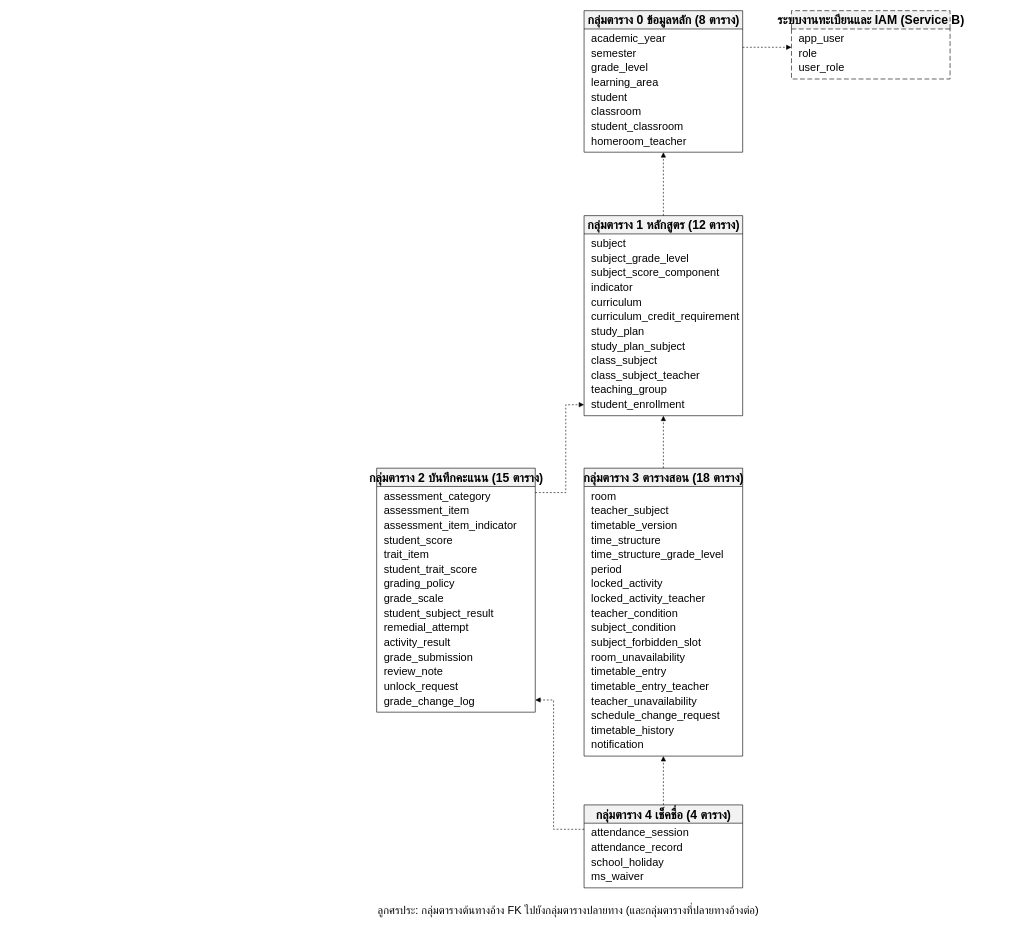
Before: docs/database/er/er-overview.drawio in polymercatzz/Academic, a draw.io diagram. Source tidied: cells renumbered, new cells numbered last; positions are measured from the earlier drawing's top-left corner, leaving out a move shared by most shapes. Both pictures are drawn from the tidied source at 61%, with x=0, y=0 at pixel (376, 10).
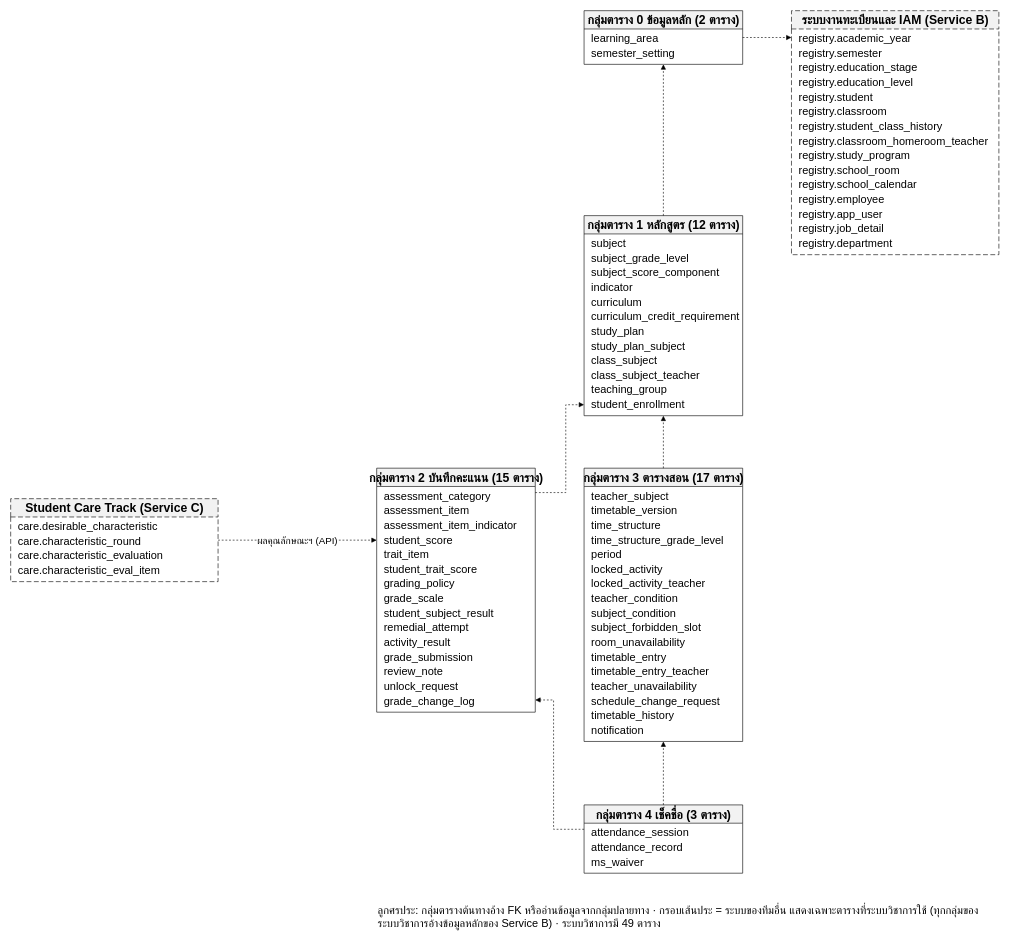
The same diagram, later.

The change refers to these unchanged cells:
```xml
<mxCell id="11" value="กลุ่มตาราง 1 หลักสูตร (12 ตาราง)" style="swimlane;startSize=30;html=1;fontFamily=TH SarabunPSK;fontSize=20;fontStyle=1;fillColor=#F2F2F2;strokeColor=#000000;swimlaneFillColor=#FFFFFF;" parent="1" vertex="1">
  <mxGeometry x="340" y="336" width="260" height="328" as="geometry" />
</mxCell>
<mxCell id="24" value="กลุ่มตาราง 2 บันทึกคะแนน (15 ตาราง)" style="swimlane;startSize=30;html=1;fontFamily=TH SarabunPSK;fontSize=20;fontStyle=1;fillColor=#F2F2F2;strokeColor=#000000;swimlaneFillColor=#FFFFFF;" parent="1" vertex="1">
  <mxGeometry y="750" width="260" height="400" as="geometry" />
</mxCell>
```

Diff of the diagram source:
```diff
@@
-    <mxCell id="2" value="กลุ่มตาราง 0 ข้อมูลหลัก (8 ตาราง)" style="swimlane;startSize=30;html=1;fontFamily=TH SarabunPSK;fontSize=20;fontStyle=1;fillColor=#F2F2F2;strokeColor=#000000;swimlaneFillColor=#FFFFFF;" parent="1" vertex="1">
-      <mxGeometry x="340" width="260" height="232" as="geometry" />
+    <mxCell id="2" value="กลุ่มตาราง 0 ข้อมูลหลัก (2 ตาราง)" style="swimlane;startSize=30;html=1;fontFamily=TH SarabunPSK;fontSize=20;fontStyle=1;fillColor=#F2F2F2;strokeColor=#000000;swimlaneFillColor=#FFFFFF;" parent="1" vertex="1">
+      <mxGeometry x="340" width="260" height="88" as="geometry" />
     </mxCell>
-    <mxCell id="3" value="academic_year" style="text;html=1;fontFamily=TH SarabunPSK;fontSize=18;align=left;spacingLeft=10;verticalAlign=middle;" parent="2" vertex="1">
-      <mxGeometry y="34" width="260" height="24" as="geometry" />
-    </mxCell>
-    <mxCell id="4" value="semester" style="text;html=1;fontFamily=TH SarabunPSK;fontSize=18;align=left;spacingLeft=10;verticalAlign=middle;" parent="2" vertex="1">
-      <mxGeometry y="58" width="260" height="24" as="geometry" />
-    </mxCell>
-    <mxCell id="5" value="grade_level" style="text;html=1;fontFamily=TH SarabunPSK;fontSize=18;align=left;spacingLeft=10;verticalAlign=middle;" parent="2" vertex="1">
-      <mxGeometry y="82" width="260" height="24" as="geometry" />
-    </mxCell>
-    <mxCell id="6" value="learning_area" style="text;html=1;fontFamily=TH SarabunPSK;fontSize=18;align=left;spacingLeft=10;verticalAlign=middle;" parent="2" vertex="1">
-      <mxGeometry y="106" width="260" height="24" as="geometry" />
-    </mxCell>
-    <mxCell id="7" value="student" style="text;html=1;fontFamily=TH SarabunPSK;fontSize=18;align=left;spacingLeft=10;verticalAlign=middle;" parent="2" vertex="1">
-      <mxGeometry y="130" width="260" height="24" as="geometry" />
-    </mxCell>
-    <mxCell id="8" value="classroom" style="text;html=1;fontFamily=TH SarabunPSK;fontSize=18;align=left;spacingLeft=10;verticalAlign=middle;" parent="2" vertex="1">
-      <mxGeometry y="154" width="260" height="24" as="geometry" />
-    </mxCell>
-    <mxCell id="9" value="student_classroom" style="text;html=1;fontFamily=TH SarabunPSK;fontSize=18;align=left;spacingLeft=10;verticalAlign=middle;" parent="2" vertex="1">
-      <mxGeometry y="178" width="260" height="24" as="geometry" />
-    </mxCell>
-    <mxCell id="10" value="homeroom_teacher" style="text;html=1;fontFamily=TH SarabunPSK;fontSize=18;align=left;spacingLeft=10;verticalAlign=middle;" parent="2" vertex="1">
-      <mxGeometry y="202" width="260" height="24" as="geometry" />
-    </mxCell>
@@
-    <mxCell id="40" value="กลุ่มตาราง 3 ตารางสอน (18 ตาราง)" style="swimlane;startSize=30;html=1;fontFamily=TH SarabunPSK;fontSize=20;fontStyle=1;fillColor=#F2F2F2;strokeColor=#000000;swimlaneFillColor=#FFFFFF;" parent="1" vertex="1">
-      <mxGeometry x="340" y="750" width="260" height="472" as="geometry" />
+    <mxCell id="40" value="กลุ่มตาราง 3 ตารางสอน (17 ตาราง)" style="swimlane;startSize=30;html=1;fontFamily=TH SarabunPSK;fontSize=20;fontStyle=1;fillColor=#F2F2F2;strokeColor=#000000;swimlaneFillColor=#FFFFFF;" parent="1" vertex="1">
+      <mxGeometry x="340" y="750" width="260" height="448" as="geometry" />
     </mxCell>
-    <mxCell id="41" value="room" style="text;html=1;fontFamily=TH SarabunPSK;fontSize=18;align=left;spacingLeft=10;verticalAlign=middle;" parent="40" vertex="1">
-      <mxGeometry y="34" width="260" height="24" as="geometry" />
-    </mxCell>
+    <mxCell id="59" value="กลุ่มตาราง 4 เช็คชื่อ (3 ตาราง)" style="swimlane;startSize=30;html=1;fontFamily=TH SarabunPSK;fontSize=20;fontStyle=1;fillColor=#F2F2F2;strokeColor=#000000;swimlaneFillColor=#FFFFFF;" parent="1" vertex="1">
+      <mxGeometry x="340" y="1302" width="260" height="112" as="geometry" />
+    </mxCell>
+    <mxCell id="64" style="endArrow=block;endFill=1;html=1;strokeColor=#000000;dashed=1;rounded=0;exitX=0.5;exitY=0;entryX=0.5;entryY=1;exitDx=0;exitDy=0;entryDx=0;entryDy=0;" parent="1" edge="1" source="59" target="40">
+      <mxGeometry relative="1" as="geometry" />
+    </mxCell>
+    <mxCell id="65" style="endArrow=block;endFill=1;html=1;strokeColor=#000000;dashed=1;rounded=0;exitX=0.5;exitY=0;entryX=0.5;entryY=1;exitDx=0;exitDy=0;entryDx=0;entryDy=0;" parent="1" edge="1" source="11" target="2">
+      <mxGeometry relative="1" as="geometry" />
+    </mxCell>
+    <mxCell id="66" style="endArrow=block;endFill=1;html=1;strokeColor=#000000;dashed=1;rounded=0;exitX=1;exitY=0.1;entryX=0;entryY=0.945122;exitDx=0;exitDy=0;entryDx=0;entryDy=0;" parent="1" edge="1" source="24" target="11">
+      <mxGeometry relative="1" as="geometry">
+        <Array as="points">
+          <mxPoint x="310" y="790" />
+          <mxPoint x="310" y="646" />
+        </Array>
+      </mxGeometry>
+    </mxCell>
+    <mxCell id="67" style="endArrow=block;endFill=1;html=1;strokeColor=#000000;dashed=1;rounded=0;exitX=0.5;exitY=0;entryX=0.5;entryY=1;exitDx=0;exitDy=0;entryDx=0;entryDy=0;" parent="1" edge="1" source="40" target="11">
+      <mxGeometry relative="1" as="geometry" />
+    </mxCell>
+    <mxCell id="68" style="endArrow=block;endFill=1;html=1;strokeColor=#000000;dashed=1;rounded=0;exitX=0;exitY=0.3571;entryX=1;entryY=0.95;exitDx=0;exitDy=0;entryDx=0;entryDy=0;" parent="1" edge="1" source="59" target="24">
+      <mxGeometry relative="1" as="geometry">
+        <Array as="points">
+          <mxPoint x="290" y="1342" />
+          <mxPoint x="290" y="1130" />
+        </Array>
+      </mxGeometry>
+    </mxCell>
+    <mxCell id="69" style="endArrow=block;endFill=1;html=1;strokeColor=#000000;dashed=1;rounded=0;exitX=1;exitY=0.5;entryX=0;entryY=0.11;exitDx=0;exitDy=0;entryDx=0;entryDy=0;" parent="1" edge="1" source="2" target="71">
+      <mxGeometry relative="1" as="geometry" />
+    </mxCell>
+    <mxCell id="70" value="ลูกศรประ: กลุ่มตารางต้นทางอ้าง FK หรืออ่านข้อมูลจากกลุ่มปลายทาง · กรอบเส้นประ = ระบบของทีมอื่น แสดงเฉพาะตารางที่ระบบวิชาการใช้ (ทุกกลุ่มของระบบวิชาการอ้างข้อมูลหลักของ Service B) · ระบบวิชาการมี 49 ตาราง" style="text;html=1;fontFamily=TH SarabunPSK;fontSize=18;align=left;whiteSpace=wrap;verticalAlign=top;" parent="1" vertex="1">
+      <mxGeometry y="1458" width="1000" height="60" as="geometry" />
+    </mxCell>
+    <mxCell id="71" value="ระบบงานทะเบียนและ IAM (Service B)" style="swimlane;startSize=30;html=1;fontFamily=TH SarabunPSK;fontSize=20;fontStyle=1;fillColor=#F2F2F2;strokeColor=#000000;swimlaneFillColor=#FFFFFF;dashed=1;dashPattern=8 4;" parent="1" vertex="1">
+      <mxGeometry x="680" width="340" height="400" as="geometry" />
+    </mxCell>
+    <mxCell id="6" value="learning_area" style="text;html=1;fontFamily=TH SarabunPSK;fontSize=18;align=left;spacingLeft=10;verticalAlign=middle;" parent="2" vertex="1">
+      <mxGeometry y="34" width="260" height="24" as="geometry" />
+    </mxCell>
+    <mxCell id="75" value="semester_setting" style="text;html=1;fontFamily=TH SarabunPSK;fontSize=18;align=left;spacingLeft=10;verticalAlign=middle;" parent="2" vertex="1">
+      <mxGeometry y="58" width="260" height="24" as="geometry" />
+    </mxCell>
     <mxCell id="42" value="teacher_subject" style="text;html=1;fontFamily=TH SarabunPSK;fontSize=18;align=left;spacingLeft=10;verticalAlign=middle;" parent="40" vertex="1">
-      <mxGeometry y="58" width="260" height="24" as="geometry" />
+      <mxGeometry y="34" width="260" height="24" as="geometry" />
     </mxCell>
     <mxCell id="43" value="timetable_version" style="text;html=1;fontFamily=TH SarabunPSK;fontSize=18;align=left;spacingLeft=10;verticalAlign=middle;" parent="40" vertex="1">
-      <mxGeometry y="82" width="260" height="24" as="geometry" />
+      <mxGeometry y="58" width="260" height="24" as="geometry" />
     </mxCell>
     <mxCell id="44" value="time_structure" style="text;html=1;fontFamily=TH SarabunPSK;fontSize=18;align=left;spacingLeft=10;verticalAlign=middle;" parent="40" vertex="1">
-      <mxGeometry y="106" width="260" height="24" as="geometry" />
+      <mxGeometry y="82" width="260" height="24" as="geometry" />
     </mxCell>
     <mxCell id="45" value="time_structure_grade_level" style="text;html=1;fontFamily=TH SarabunPSK;fontSize=18;align=left;spacingLeft=10;verticalAlign=middle;" parent="40" vertex="1">
-      <mxGeometry y="130" width="260" height="24" as="geometry" />
+      <mxGeometry y="106" width="260" height="24" as="geometry" />
     </mxCell>
     <mxCell id="46" value="period" style="text;html=1;fontFamily=TH SarabunPSK;fontSize=18;align=left;spacingLeft=10;verticalAlign=middle;" parent="40" vertex="1">
-      <mxGeometry y="154" width="260" height="24" as="geometry" />
+      <mxGeometry y="130" width="260" height="24" as="geometry" />
     </mxCell>
     <mxCell id="47" value="locked_activity" style="text;html=1;fontFamily=TH SarabunPSK;fontSize=18;align=left;spacingLeft=10;verticalAlign=middle;" parent="40" vertex="1">
-      <mxGeometry y="178" width="260" height="24" as="geometry" />
+      <mxGeometry y="154" width="260" height="24" as="geometry" />
     </mxCell>
     <mxCell id="48" value="locked_activity_teacher" style="text;html=1;fontFamily=TH SarabunPSK;fontSize=18;align=left;spacingLeft=10;verticalAlign=middle;" parent="40" vertex="1">
-      <mxGeometry y="202" width="260" height="24" as="geometry" />
+      <mxGeometry y="178" width="260" height="24" as="geometry" />
     </mxCell>
     <mxCell id="49" value="teacher_condition" style="text;html=1;fontFamily=TH SarabunPSK;fontSize=18;align=left;spacingLeft=10;verticalAlign=middle;" parent="40" vertex="1">
-      <mxGeometry y="226" width="260" height="24" as="geometry" />
+      <mxGeometry y="202" width="260" height="24" as="geometry" />
     </mxCell>
     <mxCell id="50" value="subject_condition" style="text;html=1;fontFamily=TH SarabunPSK;fontSize=18;align=left;spacingLeft=10;verticalAlign=middle;" parent="40" vertex="1">
-      <mxGeometry y="250" width="260" height="24" as="geometry" />
+      <mxGeometry y="226" width="260" height="24" as="geometry" />
     </mxCell>
     <mxCell id="51" value="subject_forbidden_slot" style="text;html=1;fontFamily=TH SarabunPSK;fontSize=18;align=left;spacingLeft=10;verticalAlign=middle;" parent="40" vertex="1">
-      <mxGeometry y="274" width="260" height="24" as="geometry" />
+      <mxGeometry y="250" width="260" height="24" as="geometry" />
     </mxCell>
     <mxCell id="52" value="room_unavailability" style="text;html=1;fontFamily=TH SarabunPSK;fontSize=18;align=left;spacingLeft=10;verticalAlign=middle;" parent="40" vertex="1">
-      <mxGeometry y="298" width="260" height="24" as="geometry" />
+      <mxGeometry y="274" width="260" height="24" as="geometry" />
     </mxCell>
     <mxCell id="53" value="timetable_entry" style="text;html=1;fontFamily=TH SarabunPSK;fontSize=18;align=left;spacingLeft=10;verticalAlign=middle;" parent="40" vertex="1">
-      <mxGeometry y="322" width="260" height="24" as="geometry" />
+      <mxGeometry y="298" width="260" height="24" as="geometry" />
     </mxCell>
     <mxCell id="54" value="timetable_entry_teacher" style="text;html=1;fontFamily=TH SarabunPSK;fontSize=18;align=left;spacingLeft=10;verticalAlign=middle;" parent="40" vertex="1">
-      <mxGeometry y="346" width="260" height="24" as="geometry" />
+      <mxGeometry y="322" width="260" height="24" as="geometry" />
     </mxCell>
     <mxCell id="55" value="teacher_unavailability" style="text;html=1;fontFamily=TH SarabunPSK;fontSize=18;align=left;spacingLeft=10;verticalAlign=middle;" parent="40" vertex="1">
-      <mxGeometry y="370" width="260" height="24" as="geometry" />
+      <mxGeometry y="346" width="260" height="24" as="geometry" />
     </mxCell>
     <mxCell id="56" value="schedule_change_request" style="text;html=1;fontFamily=TH SarabunPSK;fontSize=18;align=left;spacingLeft=10;verticalAlign=middle;" parent="40" vertex="1">
-      <mxGeometry y="394" width="260" height="24" as="geometry" />
+      <mxGeometry y="370" width="260" height="24" as="geometry" />
     </mxCell>
     <mxCell id="57" value="timetable_history" style="text;html=1;fontFamily=TH SarabunPSK;fontSize=18;align=left;spacingLeft=10;verticalAlign=middle;" parent="40" vertex="1">
-      <mxGeometry y="418" width="260" height="24" as="geometry" />
+      <mxGeometry y="394" width="260" height="24" as="geometry" />
     </mxCell>
     <mxCell id="58" value="notification" style="text;html=1;fontFamily=TH SarabunPSK;fontSize=18;align=left;spacingLeft=10;verticalAlign=middle;" parent="40" vertex="1">
-      <mxGeometry y="442" width="260" height="24" as="geometry" />
+      <mxGeometry y="418" width="260" height="24" as="geometry" />
     </mxCell>
-    <mxCell id="59" value="กลุ่มตาราง 4 เช็คชื่อ (4 ตาราง)" style="swimlane;startSize=30;html=1;fontFamily=TH SarabunPSK;fontSize=20;fontStyle=1;fillColor=#F2F2F2;strokeColor=#000000;swimlaneFillColor=#FFFFFF;" parent="1" vertex="1">
-      <mxGeometry x="340" y="1302" width="260" height="136" as="geometry" />
-    </mxCell>
@@
-    <mxCell id="62" value="school_holiday" style="text;html=1;fontFamily=TH SarabunPSK;fontSize=18;align=left;spacingLeft=10;verticalAlign=middle;" parent="59" vertex="1">
-      <mxGeometry y="82" width="260" height="24" as="geometry" />
-    </mxCell>
     <mxCell id="63" value="ms_waiver" style="text;html=1;fontFamily=TH SarabunPSK;fontSize=18;align=left;spacingLeft=10;verticalAlign=middle;" parent="59" vertex="1">
-      <mxGeometry y="106" width="260" height="24" as="geometry" />
+      <mxGeometry y="82" width="260" height="24" as="geometry" />
     </mxCell>
-    <mxCell id="64" style="endArrow=block;endFill=1;html=1;strokeColor=#000000;dashed=1;rounded=0;exitX=0.5;exitY=0;entryX=0.5;entryY=1;exitDx=0;exitDy=0;entryDx=0;entryDy=0;" parent="1" edge="1" source="59" target="40">
-      <mxGeometry relative="1" as="geometry" />
-    </mxCell>
-    <mxCell id="65" style="endArrow=block;endFill=1;html=1;strokeColor=#000000;dashed=1;rounded=0;exitX=0.5;exitY=0;entryX=0.5;entryY=1;exitDx=0;exitDy=0;entryDx=0;entryDy=0;" parent="1" edge="1" source="11" target="2">
-      <mxGeometry relative="1" as="geometry" />
-    </mxCell>
-    <mxCell id="66" style="endArrow=block;endFill=1;html=1;strokeColor=#000000;dashed=1;rounded=0;exitX=1;exitY=0.1;entryX=0;entryY=0.945122;exitDx=0;exitDy=0;entryDx=0;entryDy=0;" parent="1" edge="1" source="24" target="11">
-      <mxGeometry relative="1" as="geometry">
-        <Array as="points">
-          <mxPoint x="310" y="790" />
-          <mxPoint x="310" y="646" />
-        </Array>
-      </mxGeometry>
-    </mxCell>
-    <mxCell id="67" style="endArrow=block;endFill=1;html=1;strokeColor=#000000;dashed=1;rounded=0;exitX=0.5;exitY=0;entryX=0.5;entryY=1;exitDx=0;exitDy=0;entryDx=0;entryDy=0;" parent="1" edge="1" source="40" target="11">
-      <mxGeometry relative="1" as="geometry" />
-    </mxCell>
-    <mxCell id="68" style="endArrow=block;endFill=1;html=1;strokeColor=#000000;dashed=1;rounded=0;exitX=0;exitY=0.294118;entryX=1;entryY=0.95;exitDx=0;exitDy=0;entryDx=0;entryDy=0;" parent="1" edge="1" source="59" target="24">
-      <mxGeometry relative="1" as="geometry">
-        <Array as="points">
-          <mxPoint x="290" y="1342" />
-          <mxPoint x="290" y="1130" />
-        </Array>
-      </mxGeometry>
-    </mxCell>
-    <mxCell id="69" style="endArrow=block;endFill=1;html=1;strokeColor=#000000;dashed=1;rounded=0;exitX=1;exitY=0.258621;entryX=0;entryY=0.535714;exitDx=0;exitDy=0;entryDx=0;entryDy=0;" parent="1" edge="1" source="2" target="71">
-      <mxGeometry relative="1" as="geometry" />
-    </mxCell>
-    <mxCell id="70" value="ลูกศรประ: กลุ่มตารางต้นทางอ้าง FK ไปยังกลุ่มตารางปลายทาง (และกลุ่มตารางที่ปลายทางอ้างต่อ)" style="text;html=1;fontFamily=TH SarabunPSK;fontSize=18;align=left;" parent="1" vertex="1">
-      <mxGeometry y="1458" width="600" height="30" as="geometry" />
-    </mxCell>
-    <mxCell id="71" value="ระบบงานทะเบียนและ IAM (Service B)" style="swimlane;startSize=30;html=1;fontFamily=TH SarabunPSK;fontSize=20;fontStyle=1;fillColor=#F2F2F2;strokeColor=#000000;swimlaneFillColor=#FFFFFF;dashed=1;dashPattern=8 4;" parent="1" vertex="1">
-      <mxGeometry x="680" width="260" height="112" as="geometry" />
-    </mxCell>
-    <mxCell id="72" value="app_user" style="text;html=1;fontFamily=TH SarabunPSK;fontSize=18;align=left;spacingLeft=10;verticalAlign=middle;" parent="71" vertex="1">
-      <mxGeometry y="34" width="260" height="24" as="geometry" />
-    </mxCell>
-    <mxCell id="73" value="role" style="text;html=1;fontFamily=TH SarabunPSK;fontSize=18;align=left;spacingLeft=10;verticalAlign=middle;" parent="71" vertex="1">
-      <mxGeometry y="58" width="260" height="24" as="geometry" />
-    </mxCell>
-    <mxCell id="74" value="user_role" style="text;html=1;fontFamily=TH SarabunPSK;fontSize=18;align=left;spacingLeft=10;verticalAlign=middle;" parent="71" vertex="1">
-      <mxGeometry y="82" width="260" height="24" as="geometry" />
-    </mxCell>
+    <mxCell id="76" value="registry.academic_year" style="text;html=1;fontFamily=TH SarabunPSK;fontSize=18;align=left;spacingLeft=10;verticalAlign=middle;" parent="71" vertex="1">
+      <mxGeometry y="34" width="340" height="24" as="geometry" />
+    </mxCell>
+    <mxCell id="77" value="registry.semester" style="text;html=1;fontFamily=TH SarabunPSK;fontSize=18;align=left;spacingLeft=10;verticalAlign=middle;" parent="71" vertex="1">
+      <mxGeometry y="58" width="340" height="24" as="geometry" />
+    </mxCell>
+    <mxCell id="78" value="registry.education_stage" style="text;html=1;fontFamily=TH SarabunPSK;fontSize=18;align=left;spacingLeft=10;verticalAlign=middle;" parent="71" vertex="1">
+      <mxGeometry y="82" width="340" height="24" as="geometry" />
+    </mxCell>
+    <mxCell id="79" value="registry.education_level" style="text;html=1;fontFamily=TH SarabunPSK;fontSize=18;align=left;spacingLeft=10;verticalAlign=middle;" parent="71" vertex="1">
+      <mxGeometry y="106" width="340" height="24" as="geometry" />
+    </mxCell>
+    <mxCell id="80" value="registry.student" style="text;html=1;fontFamily=TH SarabunPSK;fontSize=18;align=left;spacingLeft=10;verticalAlign=middle;" parent="71" vertex="1">
+      <mxGeometry y="130" width="340" height="24" as="geometry" />
+    </mxCell>
+    <mxCell id="81" value="registry.classroom" style="text;html=1;fontFamily=TH SarabunPSK;fontSize=18;align=left;spacingLeft=10;verticalAlign=middle;" parent="71" vertex="1">
+      <mxGeometry y="154" width="340" height="24" as="geometry" />
+    </mxCell>
+    <mxCell id="82" value="registry.student_class_history" style="text;html=1;fontFamily=TH SarabunPSK;fontSize=18;align=left;spacingLeft=10;verticalAlign=middle;" parent="71" vertex="1">
+      <mxGeometry y="178" width="340" height="24" as="geometry" />
+    </mxCell>
+    <mxCell id="83" value="registry.classroom_homeroom_teacher" style="text;html=1;fontFamily=TH SarabunPSK;fontSize=18;align=left;spacingLeft=10;verticalAlign=middle;" parent="71" vertex="1">
+      <mxGeometry y="202" width="340" height="24" as="geometry" />
+    </mxCell>
+    <mxCell id="84" value="registry.study_program" style="text;html=1;fontFamily=TH SarabunPSK;fontSize=18;align=left;spacingLeft=10;verticalAlign=middle;" parent="71" vertex="1">
+      <mxGeometry y="226" width="340" height="24" as="geometry" />
+    </mxCell>
+    <mxCell id="85" value="registry.school_room" style="text;html=1;fontFamily=TH SarabunPSK;fontSize=18;align=left;spacingLeft=10;verticalAlign=middle;" parent="71" vertex="1">
+      <mxGeometry y="250" width="340" height="24" as="geometry" />
+    </mxCell>
+    <mxCell id="86" value="registry.school_calendar" style="text;html=1;fontFamily=TH SarabunPSK;fontSize=18;align=left;spacingLeft=10;verticalAlign=middle;" parent="71" vertex="1">
+      <mxGeometry y="274" width="340" height="24" as="geometry" />
+    </mxCell>
+    <mxCell id="87" value="registry.employee" style="text;html=1;fontFamily=TH SarabunPSK;fontSize=18;align=left;spacingLeft=10;verticalAlign=middle;" parent="71" vertex="1">
+      <mxGeometry y="298" width="340" height="24" as="geometry" />
+    </mxCell>
+    <mxCell id="88" value="registry.app_user" style="text;html=1;fontFamily=TH SarabunPSK;fontSize=18;align=left;spacingLeft=10;verticalAlign=middle;" parent="71" vertex="1">
+      <mxGeometry y="322" width="340" height="24" as="geometry" />
+    </mxCell>
+    <mxCell id="89" value="registry.job_detail" style="text;html=1;fontFamily=TH SarabunPSK;fontSize=18;align=left;spacingLeft=10;verticalAlign=middle;" parent="71" vertex="1">
+      <mxGeometry y="346" width="340" height="24" as="geometry" />
+    </mxCell>
+    <mxCell id="90" value="registry.department" style="text;html=1;fontFamily=TH SarabunPSK;fontSize=18;align=left;spacingLeft=10;verticalAlign=middle;" parent="71" vertex="1">
+      <mxGeometry y="370" width="340" height="24" as="geometry" />
+    </mxCell>
+    <mxCell id="91" value="Student Care Track (Service C)" style="swimlane;startSize=30;html=1;fontFamily=TH SarabunPSK;fontSize=20;fontStyle=1;fillColor=#F2F2F2;strokeColor=#000000;swimlaneFillColor=#FFFFFF;dashed=1;dashPattern=8 4;" parent="1" vertex="1">
+      <mxGeometry x="-600" y="800" width="340" height="136" as="geometry" />
+    </mxCell>
+    <mxCell id="92" value="care.desirable_characteristic" style="text;html=1;fontFamily=TH SarabunPSK;fontSize=18;align=left;spacingLeft=10;verticalAlign=middle;" parent="91" vertex="1">
+      <mxGeometry y="34" width="340" height="24" as="geometry" />
+    </mxCell>
+    <mxCell id="93" value="care.characteristic_round" style="text;html=1;fontFamily=TH SarabunPSK;fontSize=18;align=left;spacingLeft=10;verticalAlign=middle;" parent="91" vertex="1">
+      <mxGeometry y="58" width="340" height="24" as="geometry" />
+    </mxCell>
+    <mxCell id="94" value="care.characteristic_evaluation" style="text;html=1;fontFamily=TH SarabunPSK;fontSize=18;align=left;spacingLeft=10;verticalAlign=middle;" parent="91" vertex="1">
+      <mxGeometry y="82" width="340" height="24" as="geometry" />
+    </mxCell>
+    <mxCell id="95" value="care.characteristic_eval_item" style="text;html=1;fontFamily=TH SarabunPSK;fontSize=18;align=left;spacingLeft=10;verticalAlign=middle;" parent="91" vertex="1">
+      <mxGeometry y="106" width="340" height="24" as="geometry" />
+    </mxCell>
+    <mxCell id="96" value="ผลคุณลักษณะฯ (API)" style="endArrow=block;endFill=1;html=1;strokeColor=#000000;dashed=1;rounded=0;exitX=1;exitY=0.5;entryX=0;entryY=0.295;exitDx=0;exitDy=0;entryDx=0;entryDy=0;fontFamily=TH SarabunPSK;fontSize=16;labelBackgroundColor=#FFFFFF;" parent="1" edge="1" source="91" target="24">
+      <mxGeometry relative="1" as="geometry" />
+    </mxCell>
```
